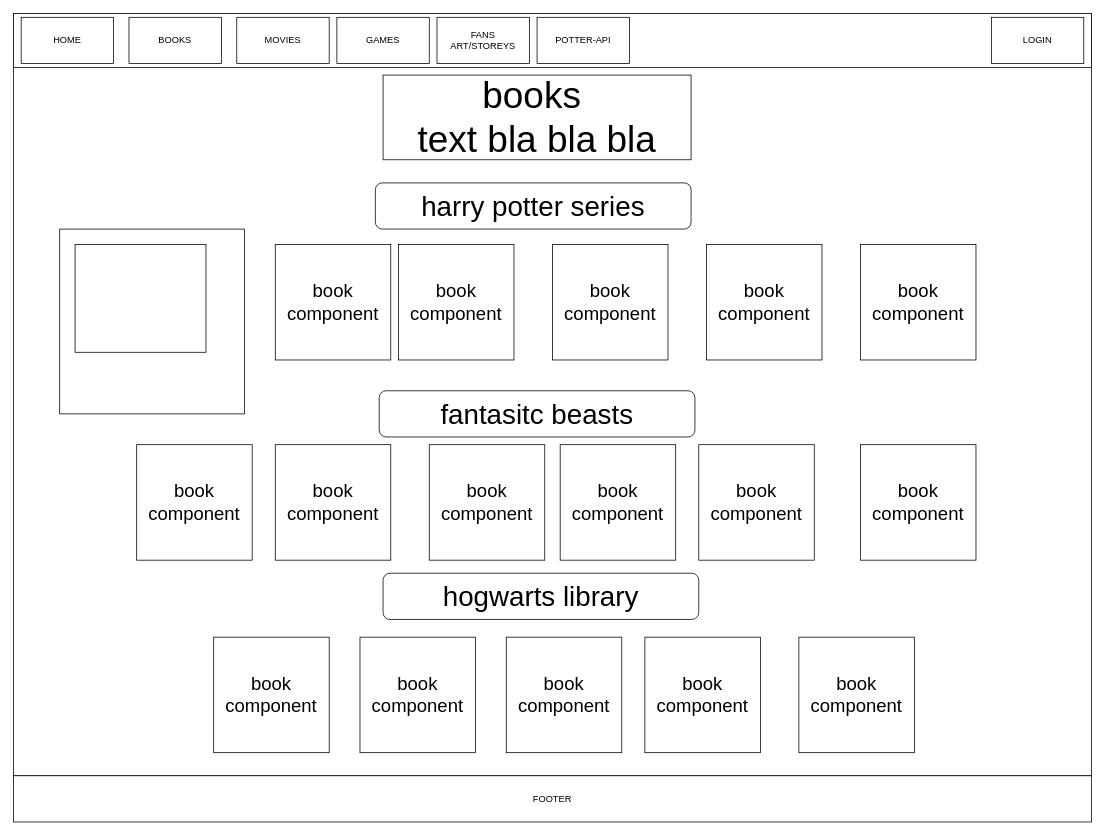
t-bendet/potter-front-end-react keeps this draw.io diagram as page "BOOKS" (2 of 7) of pseudo/Mock site.drawio. Above is the earlier version. Source tidied: cells renumbered, new cells numbered last; positions are measured from the earlier drawing's top-left corner, leaving out a move shared by most shapes. Both pictures are drawn from the tidied source at 77%, with x=0, y=0 at pixel (13, 13).
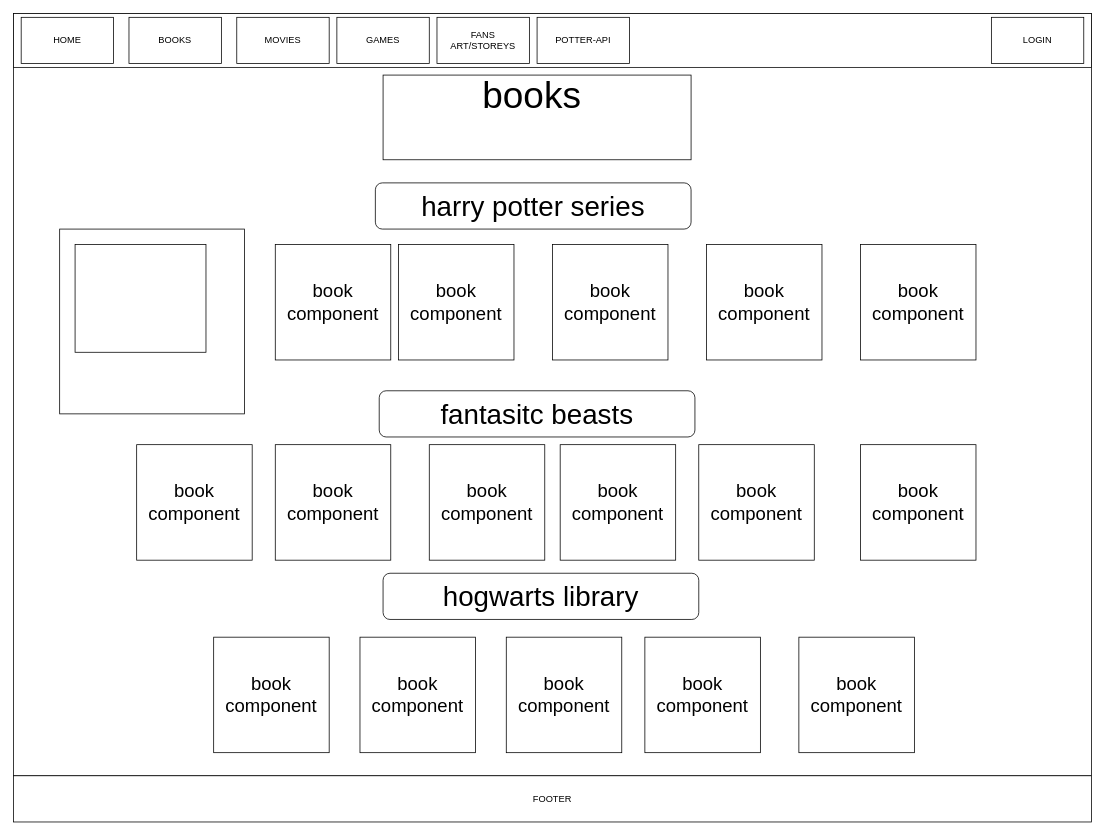
The same page after the edit.

Change to the diagram source:
```diff
@@
-    <mxCell id="12" value="&lt;font style=&quot;font-size: 48px&quot;&gt;books&amp;nbsp;&lt;br&gt;text bla bla bla&lt;/font&gt;" style="rounded=0;whiteSpace=wrap;html=1;" parent="1" vertex="1">
+    <mxCell id="12" value="&lt;font style=&quot;font-size: 48px&quot;&gt;books&amp;nbsp;&lt;br&gt;&lt;br&gt;&lt;/font&gt;" style="rounded=0;whiteSpace=wrap;html=1;" parent="1" vertex="1">
       <mxGeometry x="480" y="80" width="400" height="110" as="geometry" />
     </mxCell>
```
